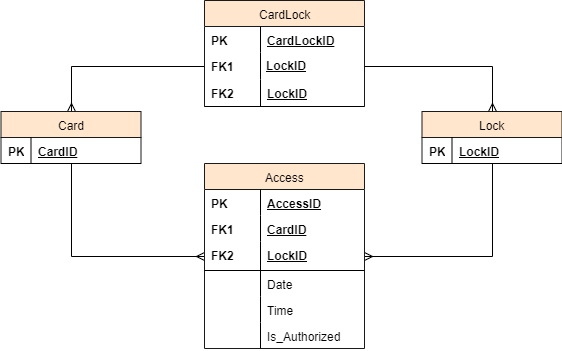
The draw.io diagram docs/chapters/images/schema.png in adapiekarska/centralized-lock-system, before a commit. Source tidied: cells renumbered, new cells last; positions are measured from the earlier drawing's top-left corner, leaving out a move shared by most shapes. Its diagram source:
```xml
<mxGraphModel>
  <root>
    <mxCell id="0" />
    <mxCell id="1" parent="0" />
    <mxCell id="2" style="edgeStyle=orthogonalEdgeStyle;rounded=0;jettySize=auto;html=1;entryX=0;entryY=0.5;entryDx=0;entryDy=0;startArrow=ERmany;startFill=0;endArrow=none;endFill=0;" parent="1" edge="1" source="3" target="9">
      <mxGeometry relative="1" as="geometry" />
    </mxCell>
    <mxCell id="3" value="Card" style="swimlane;html=1;fontStyle=0;horizontal=1;startSize=26;fillColor=#ffe6cc;swimlaneFillColor=#ffffff;strokeColor=#1A1A1A;" parent="1" vertex="1">
      <mxGeometry x="0.5" y="111" width="140" height="52" as="geometry" />
    </mxCell>
    <mxCell id="4" value="CardID" style="shape=partialRectangle;top=0;left=0;right=0;bottom=1;html=1;align=left;verticalAlign=top;fillColor=none;spacingLeft=34;spacingRight=4;whiteSpace=wrap;overflow=hidden;fontStyle=5;" parent="3" vertex="1">
      <mxGeometry y="26" width="140" height="26" as="geometry" />
    </mxCell>
    <mxCell id="5" value="PK" style="shape=partialRectangle;top=0;left=0;bottom=0;html=1;fillColor=none;align=left;verticalAlign=top;spacingLeft=4;spacingRight=4;whiteSpace=wrap;overflow=hidden;fontStyle=1;" parent="4" vertex="1">
      <mxGeometry width="30" height="26" as="geometry" />
    </mxCell>
    <mxCell id="6" value="CardLock" style="swimlane;html=1;fontStyle=0;horizontal=1;startSize=26;fillColor=#ffe6cc;swimlaneFillColor=#ffffff;strokeColor=#1A1A1A;" parent="1" vertex="1">
      <mxGeometry x="204" width="160" height="106" as="geometry" />
    </mxCell>
    <mxCell id="7" value="CardLockID" style="shape=partialRectangle;top=0;left=0;right=0;bottom=0;html=1;align=left;verticalAlign=top;fillColor=none;spacingLeft=60;spacingRight=4;whiteSpace=wrap;overflow=hidden;fontStyle=5;" parent="6" vertex="1">
      <mxGeometry y="26" width="160" height="26" as="geometry" />
    </mxCell>
    <mxCell id="8" value="PK" style="shape=partialRectangle;top=0;left=0;bottom=0;html=1;fillColor=none;align=left;verticalAlign=top;spacingLeft=4;spacingRight=4;whiteSpace=wrap;overflow=hidden;fontStyle=1;" parent="7" vertex="1">
      <mxGeometry width="56" height="26" as="geometry" />
    </mxCell>
    <mxCell id="9" value="LockID" style="shape=partialRectangle;top=0;left=0;right=0;bottom=1;html=1;align=left;verticalAlign=top;fillColor=none;spacingLeft=60;spacingRight=4;whiteSpace=wrap;overflow=hidden;points=[[0,0.5],[1,0.5]];portConstraint=eastwest;fontStyle=5;strokeColor=none;" parent="6" vertex="1">
      <mxGeometry y="52" width="160" height="27" as="geometry" />
    </mxCell>
    <mxCell id="10" value="FK1" style="shape=partialRectangle;top=0;left=0;bottom=0;html=1;fillColor=none;align=left;verticalAlign=top;spacingLeft=4;spacingRight=4;whiteSpace=wrap;overflow=hidden;fontStyle=1;" parent="9" vertex="1">
      <mxGeometry width="56" height="27" as="geometry" />
    </mxCell>
    <mxCell id="11" value="LockID" style="shape=partialRectangle;top=0;left=0;right=0;bottom=1;html=1;align=left;verticalAlign=top;fillColor=none;spacingLeft=60;spacingRight=4;whiteSpace=wrap;overflow=hidden;fontStyle=5;" parent="6" vertex="1">
      <mxGeometry y="79" width="160" height="27" as="geometry" />
    </mxCell>
    <mxCell id="12" value="FK2" style="shape=partialRectangle;top=0;left=0;bottom=0;html=1;fillColor=none;align=left;verticalAlign=top;spacingLeft=4;spacingRight=4;whiteSpace=wrap;overflow=hidden;fontStyle=1;" parent="11" vertex="1">
      <mxGeometry width="56" height="27" as="geometry" />
    </mxCell>
    <mxCell id="13" value="Lock" style="swimlane;html=1;fontStyle=0;horizontal=1;startSize=26;fillColor=#ffe6cc;swimlaneFillColor=#ffffff;strokeColor=#1A1A1A;" parent="1" vertex="1">
      <mxGeometry x="421.5" y="111" width="140" height="52" as="geometry" />
    </mxCell>
    <mxCell id="14" value="LockID" style="shape=partialRectangle;top=0;left=0;right=0;bottom=1;html=1;align=left;verticalAlign=top;fillColor=none;spacingLeft=34;spacingRight=4;whiteSpace=wrap;overflow=hidden;fontStyle=5;" parent="13" vertex="1">
      <mxGeometry y="26" width="140" height="26" as="geometry" />
    </mxCell>
    <mxCell id="15" value="PK" style="shape=partialRectangle;top=0;left=0;bottom=0;html=1;fillColor=none;align=left;verticalAlign=top;spacingLeft=4;spacingRight=4;whiteSpace=wrap;overflow=hidden;fontStyle=1;" parent="14" vertex="1">
      <mxGeometry width="30" height="26" as="geometry" />
    </mxCell>
    <mxCell id="16" style="edgeStyle=orthogonalEdgeStyle;rounded=0;jettySize=auto;html=1;entryX=0.5;entryY=1;entryDx=0;entryDy=0;startArrow=ERmany;startFill=0;endArrow=none;endFill=0;" parent="1" edge="1" source="18" target="3">
      <mxGeometry relative="1" as="geometry" />
    </mxCell>
    <mxCell id="17" style="edgeStyle=orthogonalEdgeStyle;rounded=0;jettySize=auto;html=1;entryX=0.5;entryY=1;entryDx=0;entryDy=0;startArrow=ERmany;startFill=0;endArrow=none;endFill=0;" parent="1" edge="1" source="18" target="13">
      <mxGeometry relative="1" as="geometry" />
    </mxCell>
    <mxCell id="18" value="Access" style="swimlane;html=1;fontStyle=0;horizontal=1;startSize=26;fillColor=#ffe6cc;swimlaneFillColor=#ffffff;strokeColor=#1A1A1A;" parent="1" vertex="1">
      <mxGeometry x="204" y="163" width="160" height="185" as="geometry" />
    </mxCell>
    <mxCell id="19" value="AccessID" style="shape=partialRectangle;top=0;left=0;right=0;bottom=0;html=1;align=left;verticalAlign=top;fillColor=none;spacingLeft=60;spacingRight=4;whiteSpace=wrap;overflow=hidden;fontStyle=5;" parent="18" vertex="1">
      <mxGeometry y="26" width="160" height="26" as="geometry" />
    </mxCell>
    <mxCell id="20" value="PK" style="shape=partialRectangle;top=0;left=0;bottom=0;html=1;fillColor=none;align=left;verticalAlign=top;spacingLeft=4;spacingRight=4;whiteSpace=wrap;overflow=hidden;fontStyle=1;" parent="19" vertex="1">
      <mxGeometry width="56" height="26" as="geometry" />
    </mxCell>
    <mxCell id="21" value="CardID" style="shape=partialRectangle;top=0;left=0;right=0;bottom=0;html=1;align=left;verticalAlign=top;fillColor=none;spacingLeft=60;spacingRight=4;whiteSpace=wrap;overflow=hidden;fontStyle=5;" parent="18" vertex="1">
      <mxGeometry y="52" width="160" height="26" as="geometry" />
    </mxCell>
    <mxCell id="22" value="FK1" style="shape=partialRectangle;top=0;left=0;bottom=0;html=1;fillColor=none;align=left;verticalAlign=top;spacingLeft=4;spacingRight=4;whiteSpace=wrap;overflow=hidden;fontStyle=1;" parent="21" vertex="1">
      <mxGeometry width="56" height="26" as="geometry" />
    </mxCell>
    <mxCell id="23" value="LockID" style="shape=partialRectangle;top=0;left=0;right=0;bottom=1;html=1;align=left;verticalAlign=top;fillColor=none;spacingLeft=60;spacingRight=4;whiteSpace=wrap;overflow=hidden;fontStyle=5;" parent="18" vertex="1">
      <mxGeometry y="78" width="160" height="29" as="geometry" />
    </mxCell>
    <mxCell id="24" value="FK2" style="shape=partialRectangle;top=0;left=0;bottom=0;html=1;fillColor=none;align=left;verticalAlign=top;spacingLeft=4;spacingRight=4;whiteSpace=wrap;overflow=hidden;fontStyle=1;" parent="23" vertex="1">
      <mxGeometry width="56" height="29" as="geometry" />
    </mxCell>
    <mxCell id="25" value="Date&lt;br&gt;" style="shape=partialRectangle;top=0;left=0;right=0;bottom=0;html=1;align=left;verticalAlign=top;fillColor=none;spacingLeft=60;spacingRight=4;whiteSpace=wrap;overflow=hidden;" parent="18" vertex="1">
      <mxGeometry y="107" width="160" height="26" as="geometry" />
    </mxCell>
    <mxCell id="26" style="shape=partialRectangle;top=0;left=0;bottom=0;html=1;fillColor=none;align=left;verticalAlign=top;spacingLeft=4;spacingRight=4;whiteSpace=wrap;overflow=hidden;" parent="25" vertex="1">
      <mxGeometry width="56" height="26" as="geometry" />
    </mxCell>
    <mxCell id="27" value="Time" style="shape=partialRectangle;top=0;left=0;right=0;bottom=0;html=1;align=left;verticalAlign=top;fillColor=none;spacingLeft=60;spacingRight=4;whiteSpace=wrap;overflow=hidden;" parent="18" vertex="1">
      <mxGeometry y="133" width="160" height="26" as="geometry" />
    </mxCell>
    <mxCell id="28" style="shape=partialRectangle;top=0;left=0;bottom=0;html=1;fillColor=none;align=left;verticalAlign=top;spacingLeft=4;spacingRight=4;whiteSpace=wrap;overflow=hidden;" parent="27" vertex="1">
      <mxGeometry width="56" height="26" as="geometry" />
    </mxCell>
    <mxCell id="29" value="Is_Authorized" style="shape=partialRectangle;top=0;left=0;right=0;bottom=0;html=1;align=left;verticalAlign=top;fillColor=none;spacingLeft=60;spacingRight=4;whiteSpace=wrap;overflow=hidden;" parent="18" vertex="1">
      <mxGeometry y="159" width="160" height="26" as="geometry" />
    </mxCell>
    <mxCell id="30" style="shape=partialRectangle;top=0;left=0;bottom=0;html=1;fillColor=none;align=left;verticalAlign=top;spacingLeft=4;spacingRight=4;whiteSpace=wrap;overflow=hidden;" parent="29" vertex="1">
      <mxGeometry width="56" height="26" as="geometry" />
    </mxCell>
    <mxCell id="31" style="edgeStyle=orthogonalEdgeStyle;rounded=0;jettySize=auto;html=1;startArrow=ERmany;startFill=0;endArrow=none;endFill=0;entryX=1;entryY=0.5;entryDx=0;entryDy=0;exitX=0.5;exitY=0;exitDx=0;exitDy=0;" parent="1" edge="1" source="13" target="9">
      <mxGeometry relative="1" as="geometry" />
    </mxCell>
  </root>
</mxGraphModel>
```
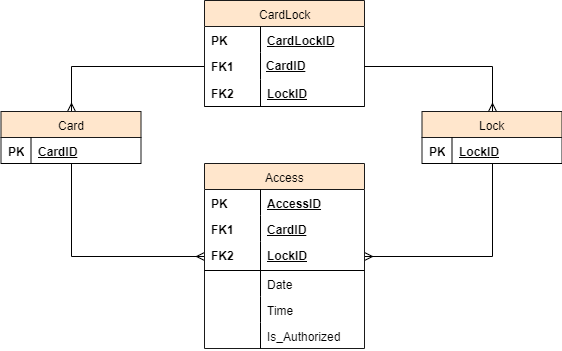
Later version of the same file.

Change to the diagram source:
```diff
@@ -23,7 +23,7 @@
     <mxCell id="8" value="PK" style="shape=partialRectangle;top=0;left=0;bottom=0;html=1;fillColor=none;align=left;verticalAlign=top;spacingLeft=4;spacingRight=4;whiteSpace=wrap;overflow=hidden;fontStyle=1;" parent="7" vertex="1">
       <mxGeometry width="56" height="26" as="geometry" />
     </mxCell>
-    <mxCell id="9" value="LockID" style="shape=partialRectangle;top=0;left=0;right=0;bottom=1;html=1;align=left;verticalAlign=top;fillColor=none;spacingLeft=60;spacingRight=4;whiteSpace=wrap;overflow=hidden;points=[[0,0.5],[1,0.5]];portConstraint=eastwest;fontStyle=5;strokeColor=none;" parent="6" vertex="1">
+    <mxCell id="9" value="CardID" style="shape=partialRectangle;top=0;left=0;right=0;bottom=1;html=1;align=left;verticalAlign=top;fillColor=none;spacingLeft=60;spacingRight=4;whiteSpace=wrap;overflow=hidden;points=[[0,0.5],[1,0.5]];portConstraint=eastwest;fontStyle=5;strokeColor=none;" parent="6" vertex="1">
       <mxGeometry y="52" width="160" height="27" as="geometry" />
     </mxCell>
     <mxCell id="10" value="FK1" style="shape=partialRectangle;top=0;left=0;bottom=0;html=1;fillColor=none;align=left;verticalAlign=top;spacingLeft=4;spacingRight=4;whiteSpace=wrap;overflow=hidden;fontStyle=1;" parent="9" vertex="1">
```
